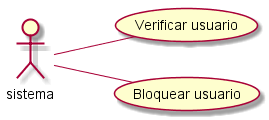
Above: images/work-products/requirements/use-cases/src/entity-system/Entidade Sistema.png in maruanoliveiraunb/es-2019 (PlantUML), before the change. The source it was exported from:
```plantuml
@startuml Entidade Sistema
left to right direction
actor sistema

sistema -- (Verificar usuario)
sistema -- (Bloquear usuario)
@enduml
```
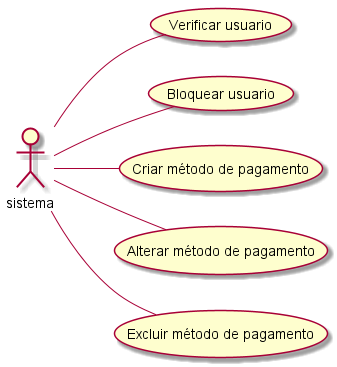
Above is the later version.

Change to the diagram source:
```diff
@@ -4,4 +4,7 @@
 
 sistema -- (Verificar usuario)
 sistema -- (Bloquear usuario)
+sistema -- (Criar método de pagamento)
+sistema -- (Alterar método de pagamento)
+sistema -- (Excluir método de pagamento)
 @enduml
```
